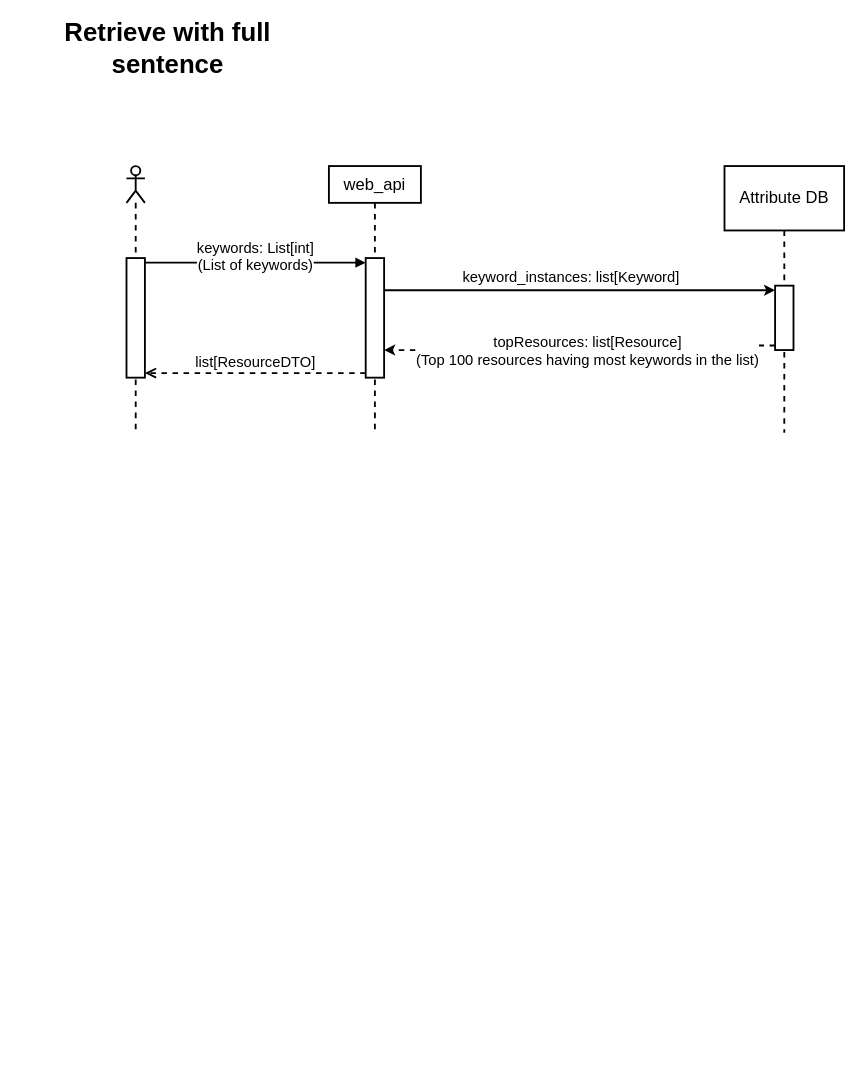
Above: page "search-by-keywords" (4 of 7) of visual-retriever/system-diagram.drawio in hoanghl/xbutler-document (draw.io), before the change. Source tidied: cells renumbered, new cells numbered last; positions are measured from the earlier drawing's top-left corner, leaving out a move shared by most shapes. Both pictures are drawn from the tidied source at 92%, with x=0, y=0 at pixel (16, 16).
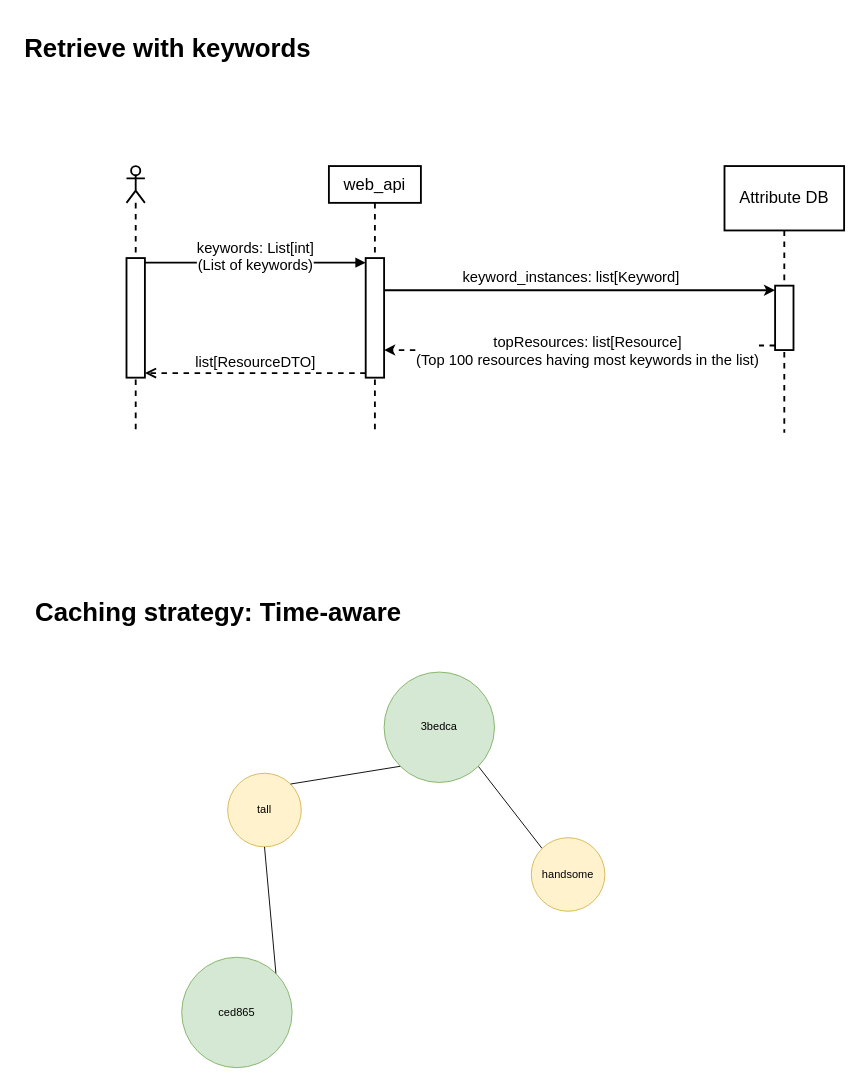
The same diagram, later.

Change to the diagram source:
```diff
@@
-    <mxCell id="8" value="Retrieve with full sentence" style="text;html=1;align=center;verticalAlign=middle;whiteSpace=wrap;rounded=0;fontFamily=Helvetica;fontSize=28;fontColor=default;labelBackgroundColor=default;fontStyle=1;" parent="1" vertex="1">
+    <mxCell id="8" value="Retrieve with keywords" style="text;html=1;align=center;verticalAlign=middle;whiteSpace=wrap;rounded=0;fontFamily=Helvetica;fontSize=28;fontColor=default;labelBackgroundColor=default;fontStyle=1;" parent="1" vertex="1">
       <mxGeometry width="330" height="70" as="geometry" />
     </mxCell>
@@
+    <mxCell id="15" value="tall" style="ellipse;whiteSpace=wrap;html=1;fillColor=#fff2cc;strokeColor=#d6b656;" parent="1" vertex="1">
+      <mxGeometry x="230" y="823" width="80" height="80" as="geometry" />
+    </mxCell>
+    <mxCell id="16" style="rounded=0;jettySize=auto;html=1;exitX=1;exitY=1;exitDx=0;exitDy=0;entryX=0;entryY=0;entryDx=0;entryDy=0;endArrow=none;endFill=0;" parent="1" edge="1" source="17" target="18">
+      <mxGeometry relative="1" as="geometry" />
+    </mxCell>
+    <mxCell id="17" value="3bedca" style="ellipse;whiteSpace=wrap;html=1;fillColor=#d5e8d4;strokeColor=#82b366;" parent="1" vertex="1">
+      <mxGeometry x="400" y="713" width="120" height="120" as="geometry" />
+    </mxCell>
+    <mxCell id="18" value="handsome" style="ellipse;whiteSpace=wrap;html=1;fillColor=#fff2cc;strokeColor=#d6b656;" parent="1" vertex="1">
+      <mxGeometry x="560" y="893" width="80" height="80" as="geometry" />
+    </mxCell>
+    <mxCell id="19" style="rounded=0;jettySize=auto;html=1;exitX=0;exitY=1;exitDx=0;exitDy=0;entryX=1;entryY=0;entryDx=0;entryDy=0;endArrow=none;endFill=0;" parent="1" edge="1" source="17" target="15">
+      <mxGeometry relative="1" as="geometry" />
+    </mxCell>
+    <mxCell id="20" value="ced865" style="ellipse;whiteSpace=wrap;html=1;fillColor=#d5e8d4;strokeColor=#82b366;" parent="1" vertex="1">
+      <mxGeometry x="180" y="1023" width="120" height="120" as="geometry" />
+    </mxCell>
+    <mxCell id="21" style="rounded=0;jettySize=auto;html=1;exitX=1;exitY=0;exitDx=0;exitDy=0;entryX=0.5;entryY=1;entryDx=0;entryDy=0;endArrow=none;endFill=0;" parent="1" edge="1" source="20" target="15">
+      <mxGeometry relative="1" as="geometry" />
+    </mxCell>
+    <mxCell id="22" value="Caching strategy: Time-aware" style="text;html=1;align=center;verticalAlign=middle;whiteSpace=wrap;rounded=0;fontFamily=Helvetica;fontSize=28;fontColor=default;labelBackgroundColor=default;fontStyle=1;" parent="1" vertex="1">
+      <mxGeometry y="613" width="440" height="70" as="geometry" />
+    </mxCell>
```
